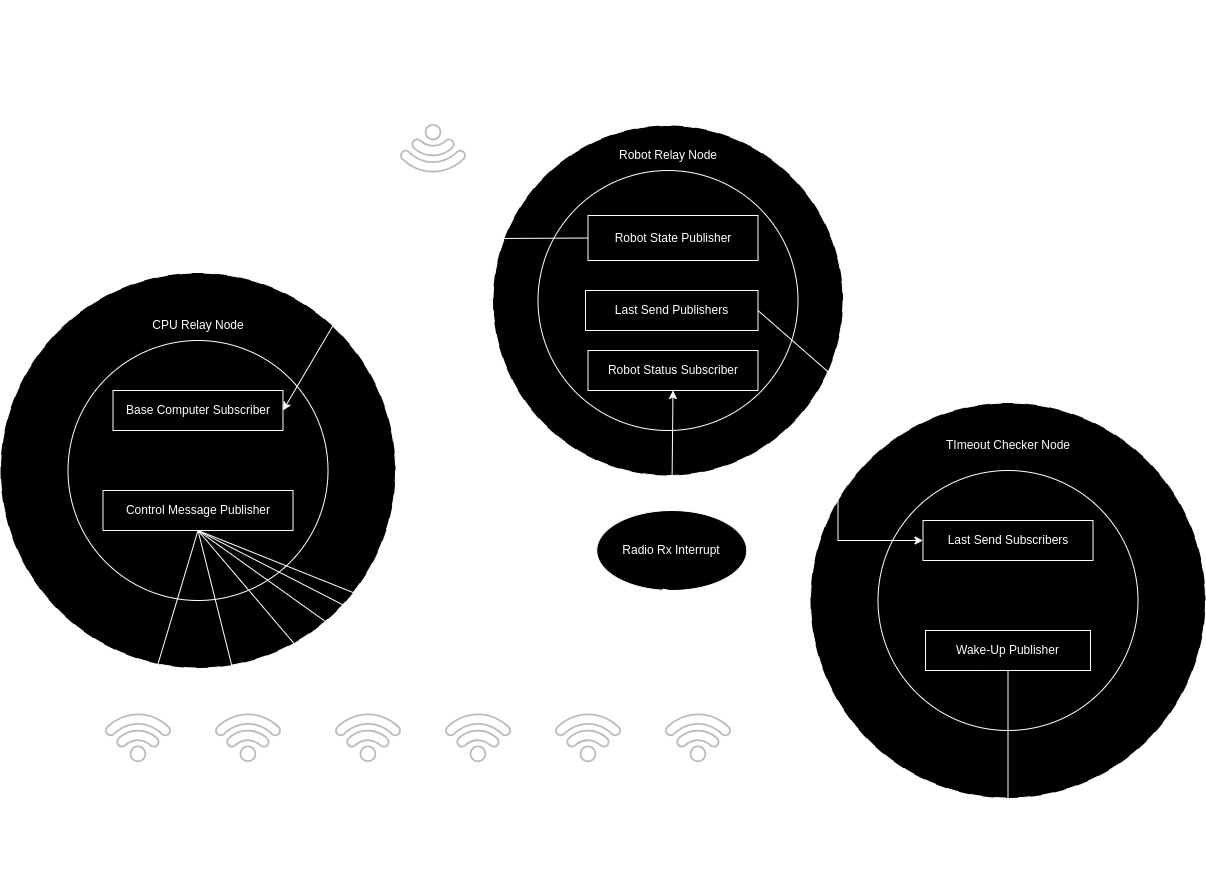
Earlier version of the draw.io export docs/base-station-design.png (RoboJackets/robocup-base-station). Source tidied: cells renumbered, new cells last; positions are measured from the earlier drawing's top-left corner, leaving out a move shared by most shapes.
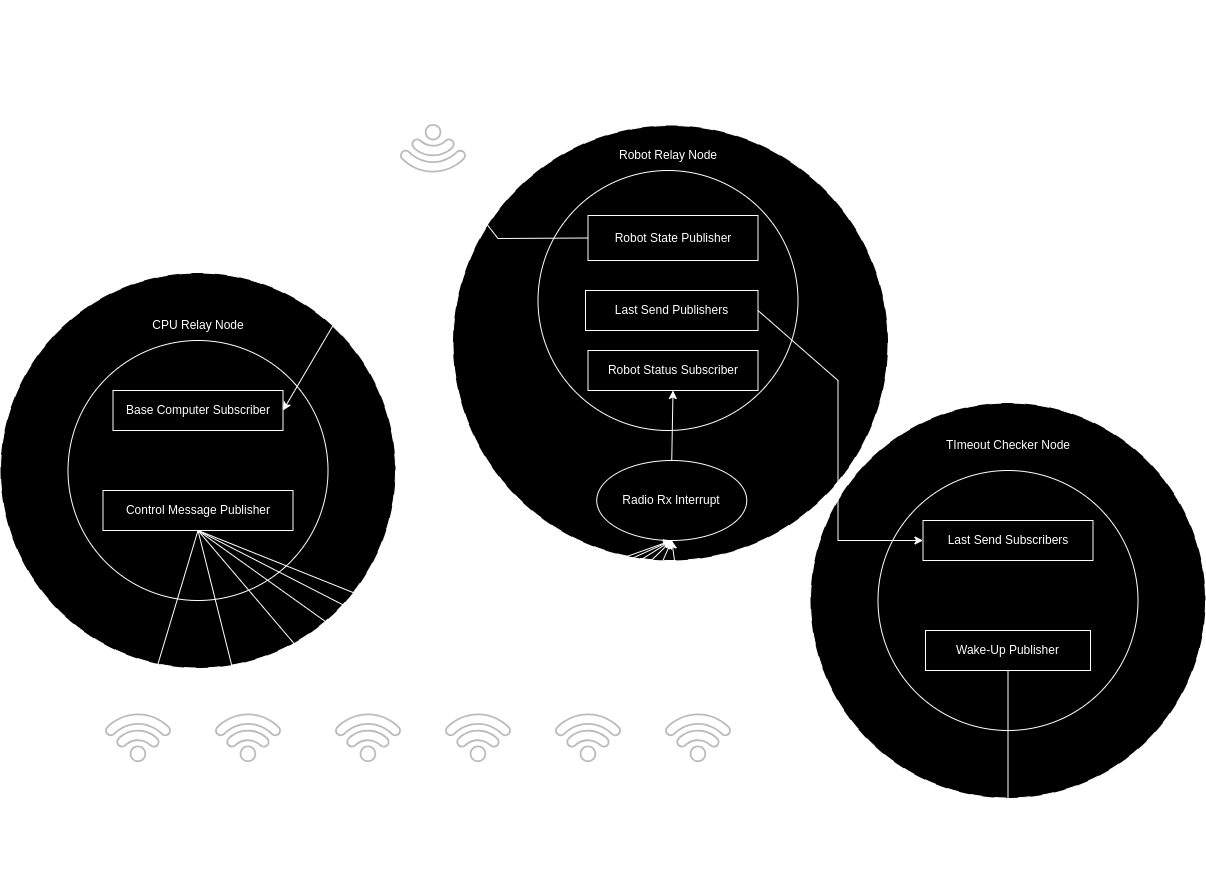
Above is the later version.

Commit message:
move robot relay node to an interrupt

The edit, as a diff of the source:
```diff
@@ -3,7 +3,7 @@
     <mxCell id="0" />
     <mxCell id="1" parent="0" />
     <mxCell id="2" style="ellipse;whiteSpace=wrap;html=1;dashed=1;dashPattern=12 12;" parent="1" vertex="1">
-      <mxGeometry x="492.5" y="105" width="350" height="350" as="geometry" />
+      <mxGeometry x="452.5" y="105" width="435" height="435" as="geometry" />
     </mxCell>
     <mxCell id="3" style="ellipse;whiteSpace=wrap;html=1;dashed=1;dashPattern=12 12;" parent="1" vertex="1">
       <mxGeometry x="810" y="382.5" width="395" height="395" as="geometry" />
@@ -166,7 +166,7 @@
       </mxGeometry>
     </mxCell>
     <mxCell id="47" value="Radio Rx Interrupt" style="ellipse;whiteSpace=wrap;html=1;" parent="1" vertex="1">
-      <mxGeometry x="596.2" y="490" width="150" height="80" as="geometry" />
+      <mxGeometry x="596.2" y="440" width="150" height="80" as="geometry" />
     </mxCell>
     <mxCell id="48" style="endArrow=classic;html=1;rounded=0;entryX=0.5;entryY=1;entryDx=0;entryDy=0;exitX=0.5;exitY=0;exitDx=0;exitDy=0;" parent="1" edge="1" source="47" target="36">
       <mxGeometry relative="1" as="geometry" />
@@ -195,8 +195,8 @@
     <mxCell id="56" value="Timeout Checker Thread" style="text;html=1;align=center;verticalAlign=middle;strokeColor=none;fillColor=none;" parent="1" vertex="1">
       <mxGeometry x="927.5" y="350" width="160" height="30" as="geometry" />
     </mxCell>
-    <mxCell id="57" value="Robot Relay Thread" style="text;html=1;align=center;verticalAlign=middle;strokeColor=none;fillColor=none;" parent="1" vertex="1">
-      <mxGeometry x="602.5" y="75" width="130" height="30" as="geometry" />
+    <mxCell id="57" value="Robot Relay Thread / Main Thread" style="text;html=1;align=center;verticalAlign=middle;strokeColor=none;fillColor=none;" parent="1" vertex="1">
+      <mxGeometry x="562.5" y="75" width="210" height="30" as="geometry" />
     </mxCell>
     <mxCell id="58" value="&lt;h1 style=&quot;line-height: 160%;&quot;&gt;Robojackets Robocup Base Station Design&lt;/h1&gt;" style="text;html=1;strokeColor=none;fillColor=none;align=center;verticalAlign=middle;whiteSpace=wrap;rounded=0;" parent="1" vertex="1">
       <mxGeometry x="247" width="710" height="30" as="geometry" />
```
